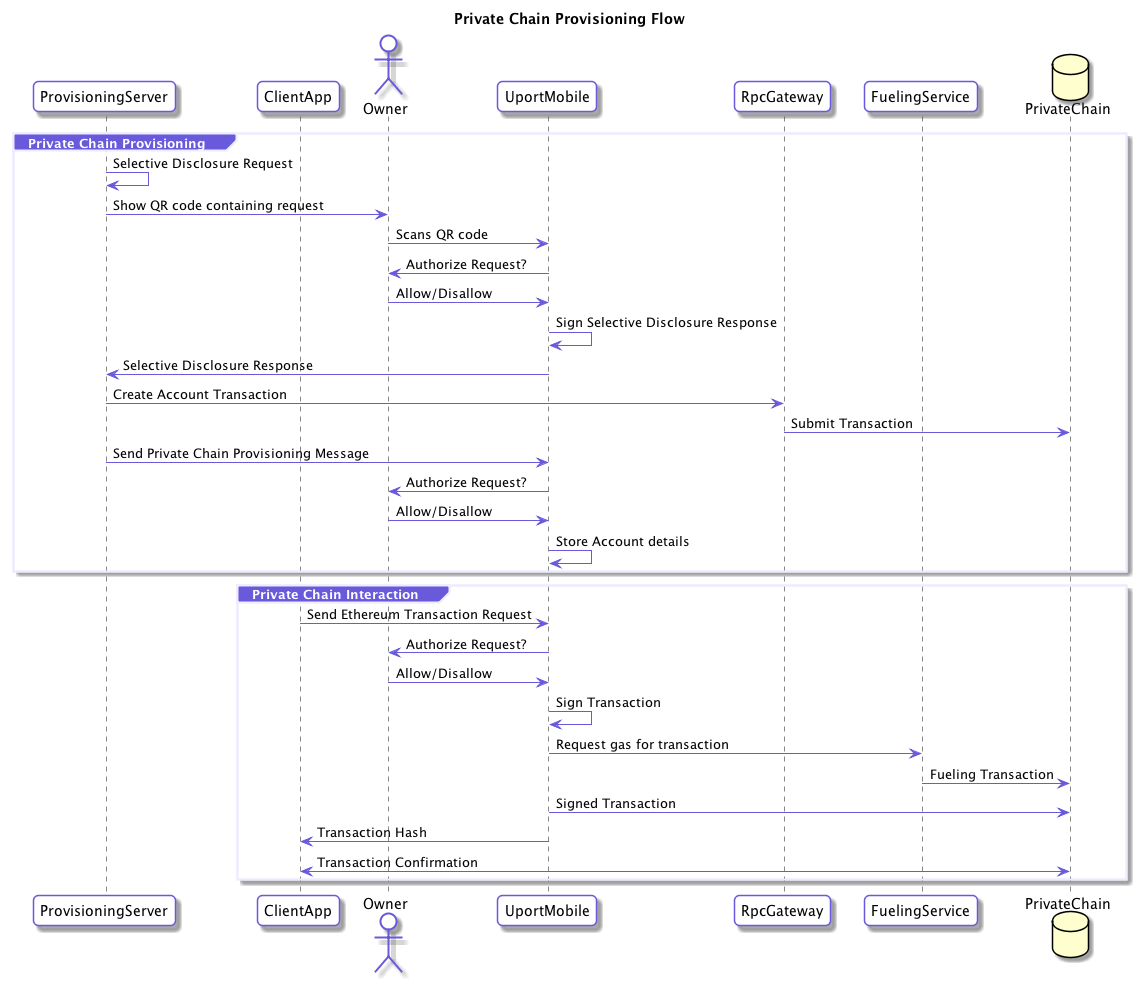
uport-project/specs keeps this PlantUML diagram as flows/privatechain.png. Above is the earlier version.
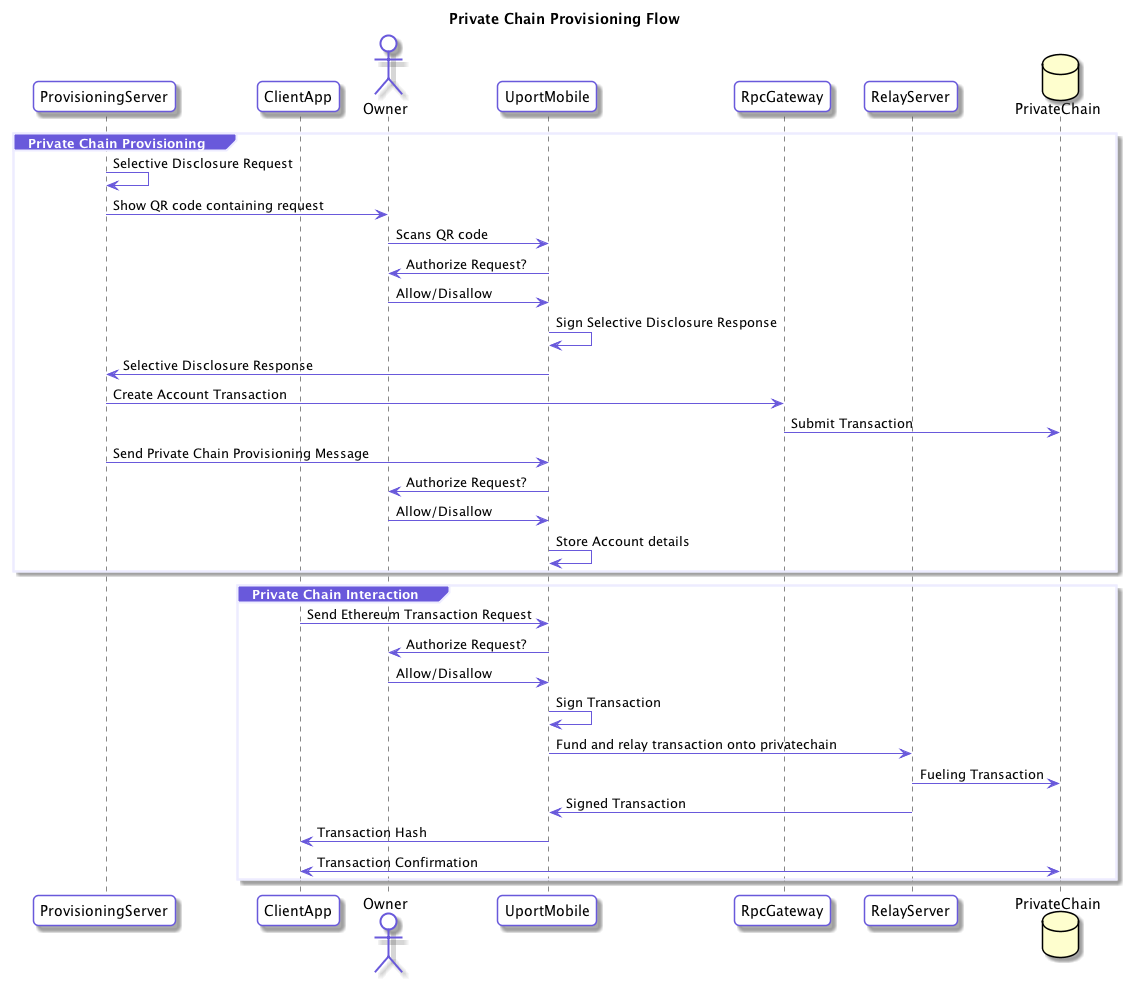
Later version of the same file.

Commit message:
Added specs for relay-server

The edit, as a diff of the source:
```diff
@@ -32,7 +32,7 @@
 actor Owner
 participant UportMobile
 participant RpcGateway
-participant FuelingService
+participant RelayServer
 database PrivateChain
 
 group Private Chain Provisioning
@@ -56,9 +56,9 @@
   UportMobile -> Owner : Authorize Request?
   Owner -> UportMobile: Allow/Disallow
   UportMobile -> UportMobile: Sign Transaction
-  UportMobile -> FuelingService: Request gas for transaction
-  FuelingService -> PrivateChain: Fueling Transaction
-  UportMobile -> PrivateChain: Signed Transaction
+  UportMobile -> RelayServer: Fund and relay transaction onto privatechain
+  RelayServer -> PrivateChain: Fueling Transaction
+  RelayServer -> UportMobile: Signed Transaction
   UportMobile -> ClientApp: Transaction Hash
   ClientApp <-> PrivateChain: Transaction Confirmation
 end
```
